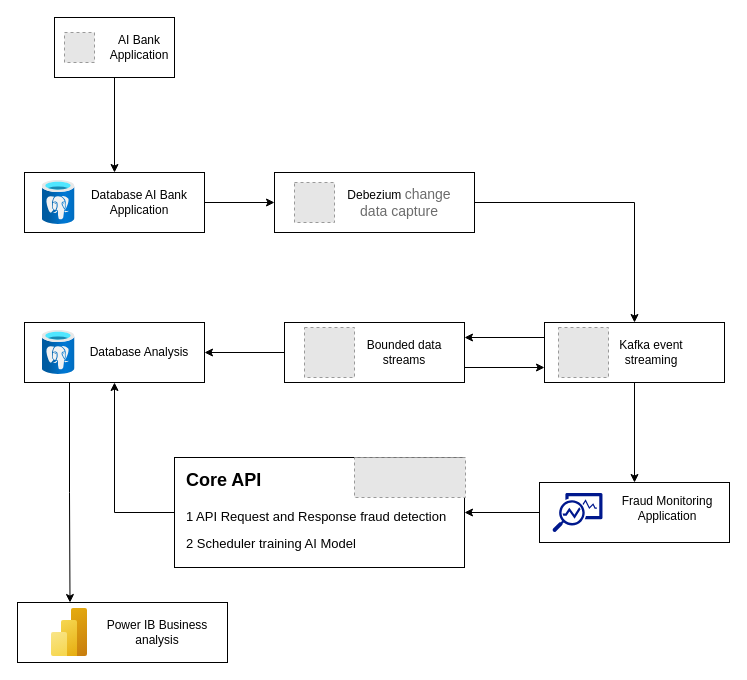
The draw.io diagram AI_Detection_Fraud_Flow.drawio in openoneapp/fraud_detection_pipline, before the edit. Source tidied: cells renumbered, new cells numbered last; positions are measured from the earlier drawing's top-left corner, leaving out a move shared by most shapes. Both pictures are drawn from the tidied source at 100%, with x=0, y=0 at pixel (17, 17). Pictures stored in the file or linked from it are replaced by grey dashed boxes.
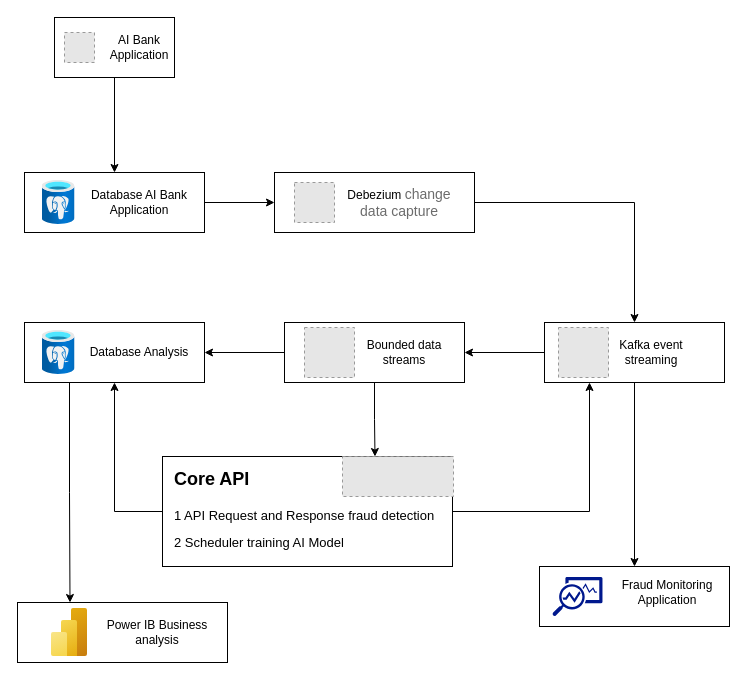
The same page after the edit.

The change refers to these unchanged cells:
```xml
<mxCell id="17" style="rounded=0;whiteSpace=wrap;html=1;" parent="16" vertex="1">
  <mxGeometry width="180" height="60" as="geometry" />
</mxCell>
<mxCell id="30" style="rounded=0;whiteSpace=wrap;html=1;" parent="29" vertex="1">
  <mxGeometry width="190" height="60" as="geometry" />
</mxCell>
<mxCell id="34" style="rounded=0;whiteSpace=wrap;html=1;" parent="33" vertex="1">
  <mxGeometry width="180" height="60" as="geometry" />
</mxCell>
<mxCell id="39" style="rounded=0;whiteSpace=wrap;html=1;" parent="38" vertex="1">
  <mxGeometry width="290" height="110" as="geometry" />
</mxCell>
<mxCell id="40" value="&lt;h1 style=&quot;margin-top: 0px;&quot;&gt;&lt;font style=&quot;font-size: 18px;&quot;&gt;Core API&lt;/font&gt;&lt;/h1&gt;&lt;p&gt;&lt;font style=&quot;font-size: 13px;&quot;&gt;1 API Request and Response fraud detection&lt;/font&gt;&lt;/p&gt;&lt;p style=&quot;margin: 10px 0px; padding-bottom: 0px; padding-right: 0px;&quot;&gt;&lt;font style=&quot;font-size: 13px;&quot;&gt;2 Scheduler training AI Model&lt;/font&gt;&lt;/p&gt;" style="text;html=1;whiteSpace=wrap;overflow=hidden;rounded=0;" parent="38" vertex="1">
  <mxGeometry x="10" width="270" height="110" as="geometry" />
</mxCell>
```

The edit, as a diff of the source:
```diff
@@
-    <mxCell id="25" style="edgeStyle=orthogonalEdgeStyle;rounded=0;jettySize=auto;html=1;entryX=1;entryY=0.25;entryDx=0;entryDy=0;flowAnimation=1;exitX=0;exitY=0.25;exitDx=0;exitDy=0;" parent="1" edge="1" source="17" target="34">
+    <mxCell id="25" style="edgeStyle=orthogonalEdgeStyle;rounded=0;jettySize=auto;html=1;entryX=1;entryY=0.5;entryDx=0;entryDy=0;flowAnimation=1;exitX=0;exitY=0.5;exitDx=0;exitDy=0;" parent="1" edge="1" source="17" target="34">
       <mxGeometry relative="1" as="geometry" />
     </mxCell>
-    <mxCell id="26" style="edgeStyle=orthogonalEdgeStyle;rounded=0;jettySize=auto;html=1;exitX=0.5;exitY=1;exitDx=0;exitDy=0;entryX=0.5;entryY=0;entryDx=0;entryDy=0;flowAnimation=1;startArrow=none;startFill=0;endArrow=classic;endFill=1;" parent="1" edge="1" source="17" target="30">
-      <mxGeometry relative="1" as="geometry" />
-    </mxCell>
-    <mxCell id="27" style="edgeStyle=orthogonalEdgeStyle;rounded=0;jettySize=auto;html=1;exitX=0;exitY=0.5;exitDx=0;exitDy=0;entryX=1;entryY=0.5;entryDx=0;entryDy=0;flowAnimation=1;" parent="1" edge="1" source="30" target="39">
-      <mxGeometry relative="1" as="geometry" />
-    </mxCell>
@@
     <mxCell id="29" style="group;" parent="1" vertex="1">
-      <mxGeometry x="522" y="465" width="190" height="60" as="geometry" />
+      <mxGeometry x="522" y="549" width="190" height="60" as="geometry" />
     </mxCell>
@@
     <mxCell id="38" style="group;" parent="1" vertex="1">
-      <mxGeometry x="157" y="440" width="291" height="110" as="geometry" />
+      <mxGeometry x="145" y="439" width="291" height="110" as="geometry" />
     </mxCell>
@@
-    <mxCell id="42" style="edgeStyle=orthogonalEdgeStyle;rounded=0;jettySize=auto;html=1;exitX=1;exitY=0.75;exitDx=0;exitDy=0;entryX=0;entryY=0.75;entryDx=0;entryDy=0;flowAnimation=1;" parent="1" edge="1" source="34" target="17">
-      <mxGeometry relative="1" as="geometry" />
-    </mxCell>
@@
+    <mxCell id="48" style="edgeStyle=orthogonalEdgeStyle;rounded=0;jettySize=auto;html=1;exitX=0.5;exitY=1;exitDx=0;exitDy=0;entryX=0.75;entryY=0;entryDx=0;entryDy=0;flowAnimation=1;" parent="1" edge="1" source="34" target="40">
+      <mxGeometry relative="1" as="geometry" />
+    </mxCell>
+    <mxCell id="26" style="edgeStyle=orthogonalEdgeStyle;rounded=0;jettySize=auto;html=1;exitX=0.5;exitY=1;exitDx=0;exitDy=0;entryX=0.5;entryY=0;entryDx=0;entryDy=0;flowAnimation=1;" parent="1" edge="1" source="17" target="30">
+      <mxGeometry relative="1" as="geometry" />
+    </mxCell>
+    <mxCell id="49" style="edgeStyle=orthogonalEdgeStyle;rounded=0;jettySize=auto;html=1;exitX=1;exitY=0.5;exitDx=0;exitDy=0;entryX=0.25;entryY=1;entryDx=0;entryDy=0;flowAnimation=1;" parent="1" edge="1" source="39" target="17">
+      <mxGeometry relative="1" as="geometry" />
+    </mxCell>
```
